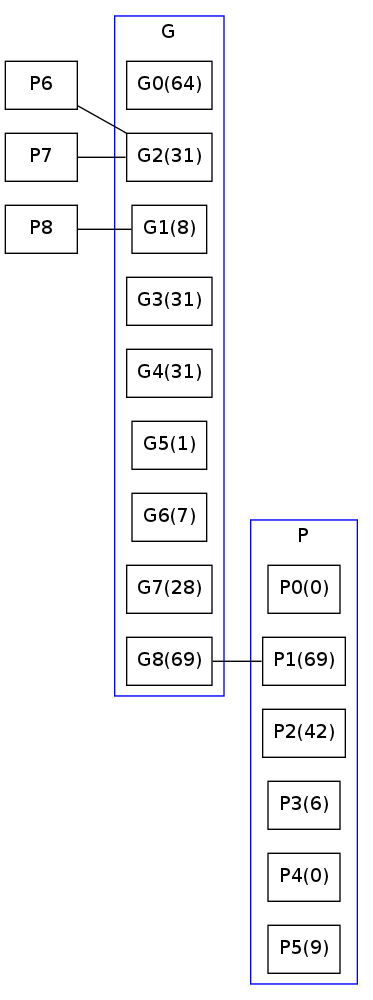
Earlier version of the Graphviz export evaluation/BG.png (asanoja/segmentations). Its source is kept beside it as evaluation/BG.dot.
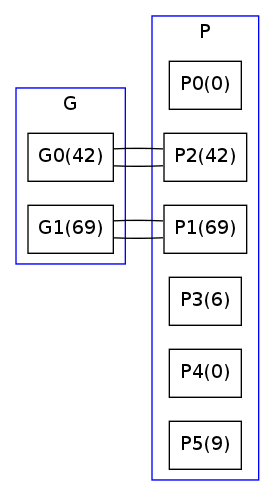
After the commit.

Change to the diagram source:
```diff
@@ -6,15 +6,8 @@
 label = "G";
 color=blue;
 rank="same"
-G0 [label="G0(64)"];
-G1 [label="G1(8)"];
-G2 [label="G2(31)"];
-G3 [label="G3(31)"];
-G4 [label="G4(31)"];
-G5 [label="G5(1)"];
-G6 [label="G6(7)"];
-G7 [label="G7(28)"];
-G8 [label="G8(69)"];
+G0 [label="G0(42)"];
+G1 [label="G1(69)"];
 }
 subgraph cluster_P {
 label = "P";
@@ -27,8 +20,8 @@
 P4 [label="P4(0)"];
 P5 [label="P5(9)"];
 }
-P6 -- G2;
-P7 -- G2;
-G8 -- P1;
-P8 -- G1;
+G0 -- P2;
+P2 -- G0;
+G1 -- P1;
+P1 -- G1;
 }
```
